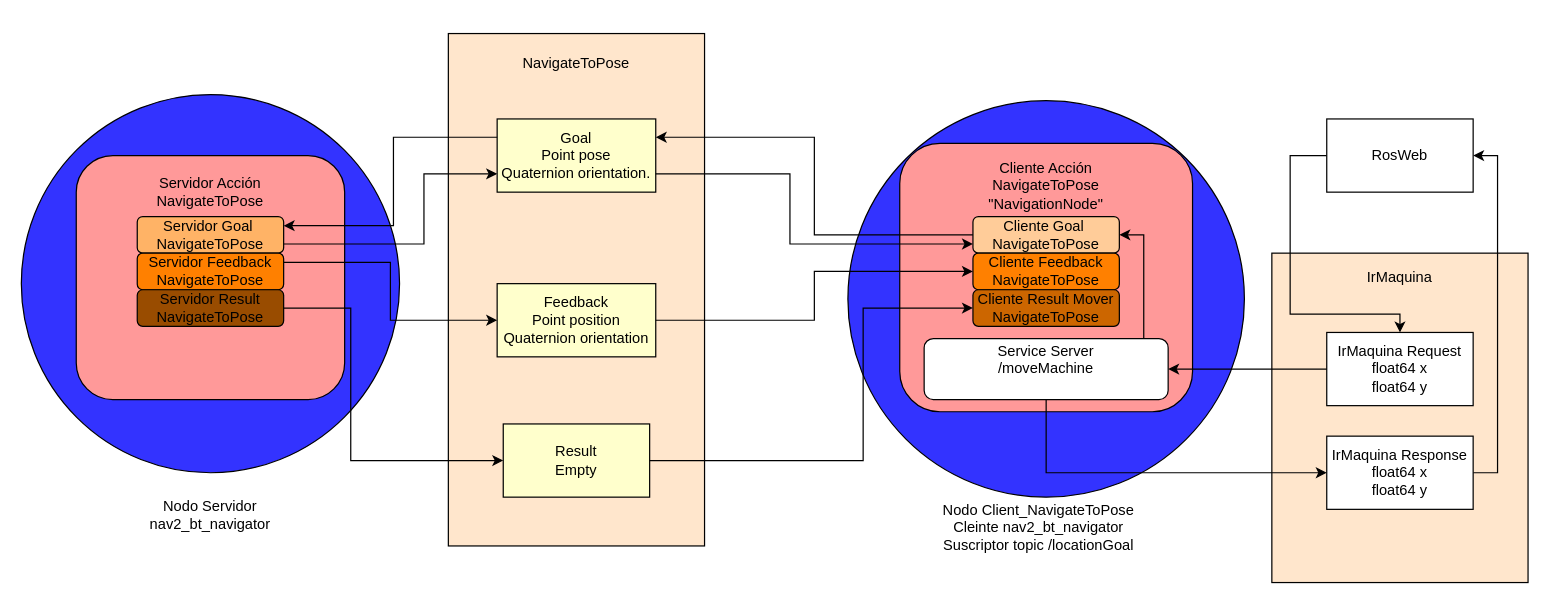
Heur-a/gymbrot keeps this draw.io diagram as doc/diagramas_bloque/NavegacionPuntoSprint1/Sprint_1_movement.drawio. Above is the earlier version. Source tidied: cells renumbered, new cells numbered last; positions are measured from the earlier drawing's top-left corner, leaving out a move shared by most shapes. Both pictures are drawn from the tidied source at 122%, with x=0, y=0 at pixel (21, 33).
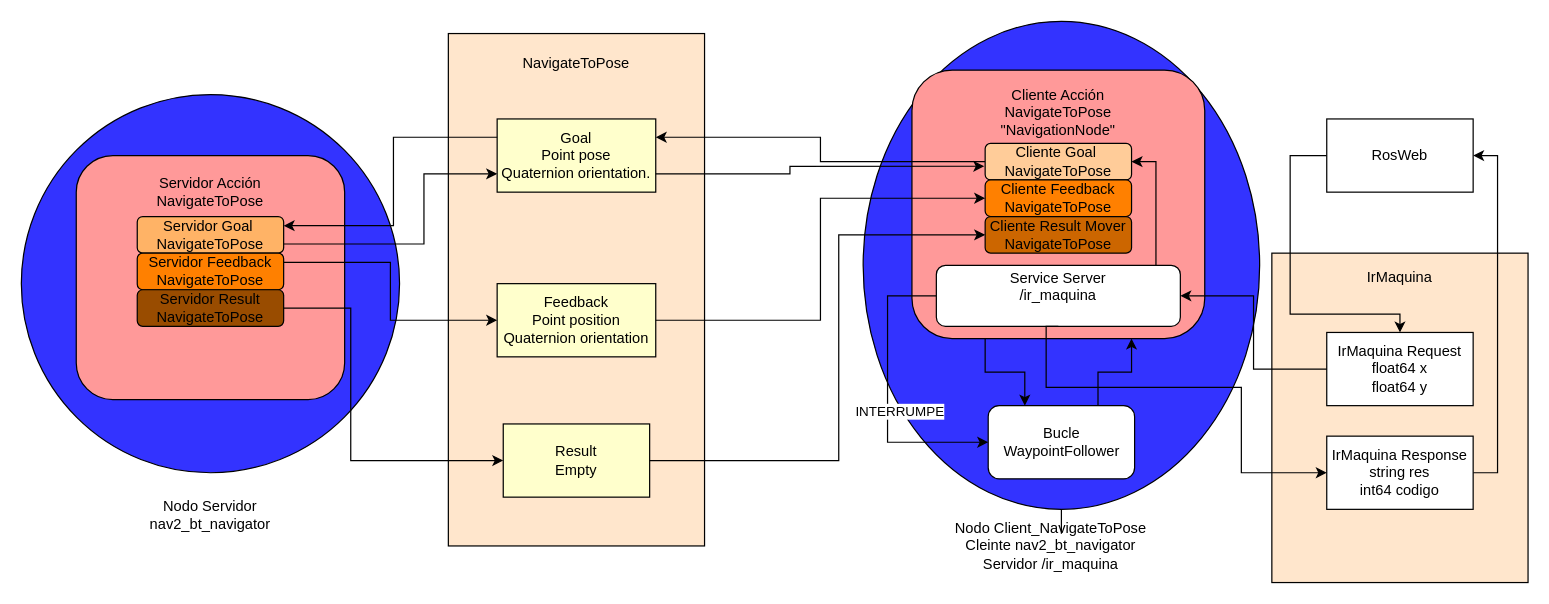
After the change.

Unchanged cells that the change refers to:
```xml
<mxCell id="7" value="&lt;div&gt;Goal&lt;/div&gt;&lt;div&gt;Point pose&lt;/div&gt;&lt;div&gt;Quaternion orientation.&lt;/div&gt;" style="rounded=0;whiteSpace=wrap;html=1;fillColor=#FFFFCC;" parent="1" vertex="1">
  <mxGeometry x="390" y="70" width="130" height="60" as="geometry" />
</mxCell>
<mxCell id="9" value="&lt;div&gt;Result &lt;br&gt;&lt;/div&gt;&lt;div&gt;Empty&lt;/div&gt;" style="rounded=0;whiteSpace=wrap;html=1;fillColor=#FFFFCC;" parent="1" vertex="1">
  <mxGeometry x="395" y="320" width="120" height="60" as="geometry" />
</mxCell>
```

The edit, as a diff of the source:
```diff
@@
+    <mxCell id="41" style="edgeStyle=orthogonalEdgeStyle;rounded=0;jettySize=auto;html=1;" parent="1" edge="1" source="3">
+      <mxGeometry relative="1" as="geometry">
+        <mxPoint x="852.5" y="370" as="targetPoint" />
+      </mxGeometry>
+    </mxCell>
     <mxCell id="3" style="ellipse;whiteSpace=wrap;html=1;fillColor=#3333FF;" parent="1" vertex="1">
-      <mxGeometry x="677.5" y="55" width="325" height="325" as="geometry" />
+      <mxGeometry x="690" y="-10" width="325" height="400" as="geometry" />
     </mxCell>
@@
-    <mxCell id="5" value="&lt;div&gt;Nodo Client_NavigateToPose&lt;/div&gt;&lt;div&gt;Cleinte nav2_bt_navigator&lt;/div&gt;&lt;div&gt;Suscriptor topic /locationGoal&lt;/div&gt;" style="text;html=1;align=center;verticalAlign=middle;whiteSpace=wrap;rounded=0;" parent="1" vertex="1">
-      <mxGeometry x="740" y="390" width="187.5" height="30" as="geometry" />
+    <mxCell id="5" value="&lt;div&gt;Nodo Client_NavigateToPose&lt;/div&gt;&lt;div&gt;Cleinte nav2_bt_navigator&lt;/div&gt;&lt;div&gt;Servidor /ir_maquina&lt;/div&gt;" style="text;html=1;align=center;verticalAlign=middle;whiteSpace=wrap;rounded=0;" parent="1" vertex="1">
+      <mxGeometry x="750" y="405" width="187.5" height="30" as="geometry" />
     </mxCell>
@@
+    <mxCell id="42" style="edgeStyle=orthogonalEdgeStyle;rounded=0;jettySize=auto;html=1;exitX=0.25;exitY=1;exitDx=0;exitDy=0;entryX=0.25;entryY=0;entryDx=0;entryDy=0;" parent="1" edge="1" source="12" target="45">
+      <mxGeometry relative="1" as="geometry" />
+    </mxCell>
     <mxCell id="12" style="rounded=1;whiteSpace=wrap;html=1;fillColor=#FF9999;" parent="1" vertex="1">
-      <mxGeometry x="720" y="90" width="240" height="220" as="geometry" />
+      <mxGeometry x="730" y="30" width="240" height="220" as="geometry" />
     </mxCell>
     <mxCell id="13" value="&lt;div&gt;Cliente Acción&lt;/div&gt;&lt;div&gt;NavigateToPose&lt;/div&gt;&lt;div&gt;&quot;NavigationNode&quot;&lt;/div&gt;" style="text;html=1;align=center;verticalAlign=middle;whiteSpace=wrap;rounded=0;" parent="1" vertex="1">
-      <mxGeometry x="805" y="110" width="70" height="30" as="geometry" />
+      <mxGeometry x="815" y="50" width="70" height="30" as="geometry" />
     </mxCell>
@@
     <mxCell id="21" value="&lt;div&gt;Cliente Goal&amp;nbsp;&lt;/div&gt;&lt;div&gt;NavigateToPose&lt;/div&gt;" style="rounded=1;whiteSpace=wrap;html=1;fillColor=#FFCC99;" parent="1" vertex="1">
-      <mxGeometry x="780" y="150" width="120" height="30" as="geometry" />
+      <mxGeometry x="790" y="90" width="120" height="30" as="geometry" />
     </mxCell>
     <mxCell id="22" value="Cliente Feedback NavigateToPose" style="rounded=1;whiteSpace=wrap;html=1;fillColor=#FF8000;" parent="1" vertex="1">
-      <mxGeometry x="780" y="180" width="120" height="30" as="geometry" />
+      <mxGeometry x="790" y="120" width="120" height="30" as="geometry" />
     </mxCell>
     <mxCell id="23" value="Cliente Result Mover NavigateToPose" style="rounded=1;whiteSpace=wrap;html=1;fillColor=#CC6600;" parent="1" vertex="1">
-      <mxGeometry x="780" y="210" width="120" height="30" as="geometry" />
+      <mxGeometry x="790" y="150" width="120" height="30" as="geometry" />
     </mxCell>
@@
-    <mxCell id="25" style="edgeStyle=orthogonalEdgeStyle;rounded=0;jettySize=auto;html=1;exitX=1;exitY=0.75;exitDx=0;exitDy=0;entryX=0;entryY=0.75;entryDx=0;entryDy=0;" parent="1" edge="1" source="7" target="21">
+    <mxCell id="25" style="edgeStyle=orthogonalEdgeStyle;rounded=0;jettySize=auto;html=1;exitX=1;exitY=0.75;exitDx=0;exitDy=0;entryX=-0.006;entryY=0.626;entryDx=0;entryDy=0;entryPerimeter=0;" parent="1" edge="1" source="7" target="21">
       <mxGeometry relative="1" as="geometry">
         <Array as="points">
           <mxPoint x="630" y="115" />
-          <mxPoint x="630" y="173" />
+          <mxPoint x="630" y="109" />
         </Array>
       </mxGeometry>
     </mxCell>
@@
     <mxCell id="27" style="edgeStyle=orthogonalEdgeStyle;rounded=0;jettySize=auto;html=1;exitX=1;exitY=0.5;exitDx=0;exitDy=0;entryX=0;entryY=0.5;entryDx=0;entryDy=0;" parent="1" edge="1" source="9" target="23">
       <mxGeometry relative="1" as="geometry">
         <Array as="points">
-          <mxPoint x="690" y="350" />
-          <mxPoint x="690" y="225" />
+          <mxPoint x="670" y="350" />
+          <mxPoint x="670" y="165" />
         </Array>
       </mxGeometry>
     </mxCell>
     <mxCell id="28" style="edgeStyle=orthogonalEdgeStyle;rounded=0;jettySize=auto;html=1;entryX=1;entryY=0.5;entryDx=0;entryDy=0;" parent="1" edge="1" source="29" target="21">
       <mxGeometry relative="1" as="geometry">
         <Array as="points">
-          <mxPoint x="920" y="165" />
+          <mxPoint x="930" y="105" />
         </Array>
       </mxGeometry>
     </mxCell>
+    <mxCell id="43" value="INTERRUMPE" style="edgeStyle=orthogonalEdgeStyle;rounded=0;jettySize=auto;html=1;exitX=0;exitY=0.5;exitDx=0;exitDy=0;entryX=0;entryY=0.5;entryDx=0;entryDy=0;" parent="1" edge="1" source="29" target="45">
+      <mxGeometry x="0.11" y="10" relative="1" as="geometry">
+        <Array as="points">
+          <mxPoint x="710" y="215" />
+          <mxPoint x="710" y="335" />
+        </Array>
+      </mxGeometry>
+    </mxCell>
     <mxCell id="29" style="rounded=1;whiteSpace=wrap;html=1;" parent="1" vertex="1">
-      <mxGeometry x="740" y="250" width="200" height="50" as="geometry" />
+      <mxGeometry x="750" y="190" width="200" height="50" as="geometry" />
     </mxCell>
-    <mxCell id="30" value="&lt;div&gt;Service Server&lt;/div&gt;&lt;div&gt;/moveMachine&lt;/div&gt;&lt;div&gt;&lt;br&gt;&lt;/div&gt;" style="text;html=1;align=center;verticalAlign=middle;whiteSpace=wrap;rounded=0;" parent="1" vertex="1">
-      <mxGeometry x="765" y="260" width="150" height="30" as="geometry" />
+    <mxCell id="30" value="&lt;div&gt;Service Server&lt;/div&gt;&lt;div&gt;/ir_maquina&lt;/div&gt;&lt;div&gt;&lt;br&gt;&lt;/div&gt;" style="text;html=1;align=center;verticalAlign=middle;whiteSpace=wrap;rounded=0;" parent="1" vertex="1">
+      <mxGeometry x="775" y="200" width="150" height="30" as="geometry" />
     </mxCell>
@@
-    <mxCell id="34" value="&lt;div&gt;&lt;span style=&quot;background-color: transparent; color: light-dark(rgb(0, 0, 0), rgb(255, 255, 255));&quot;&gt;IrMaquina Response&lt;/span&gt;&lt;/div&gt;&lt;div&gt;&lt;span style=&quot;background-color: transparent; color: light-dark(rgb(0, 0, 0), rgb(255, 255, 255));&quot;&gt;float64 x&lt;/span&gt;&lt;/div&gt;&lt;div&gt;float64 y&lt;/div&gt;" style="rounded=0;whiteSpace=wrap;html=1;" parent="1" vertex="1">
+    <mxCell id="34" value="&lt;div&gt;&lt;span style=&quot;background-color: transparent; color: light-dark(rgb(0, 0, 0), rgb(255, 255, 255));&quot;&gt;IrMaquina Response&lt;/span&gt;&lt;/div&gt;&lt;div&gt;string res&lt;/div&gt;&lt;div&gt;int64 codigo&lt;/div&gt;" style="rounded=0;whiteSpace=wrap;html=1;" parent="1" vertex="1">
       <mxGeometry x="1070" y="330" width="120" height="60" as="geometry" />
     </mxCell>
@@
     <mxCell id="38" style="edgeStyle=orthogonalEdgeStyle;rounded=0;jettySize=auto;html=1;exitX=0.5;exitY=1;exitDx=0;exitDy=0;entryX=0;entryY=0.5;entryDx=0;entryDy=0;" parent="1" edge="1" source="29" target="34">
-      <mxGeometry relative="1" as="geometry" />
+      <mxGeometry relative="1" as="geometry">
+        <Array as="points">
+          <mxPoint x="840" y="240" />
+          <mxPoint x="840" y="290" />
+          <mxPoint x="1000" y="290" />
+          <mxPoint x="1000" y="360" />
+        </Array>
+      </mxGeometry>
     </mxCell>
@@
+    <mxCell id="44" style="edgeStyle=orthogonalEdgeStyle;rounded=0;jettySize=auto;html=1;exitX=0.75;exitY=0;exitDx=0;exitDy=0;entryX=0.75;entryY=1;entryDx=0;entryDy=0;" parent="1" edge="1" source="45" target="12">
+      <mxGeometry relative="1" as="geometry" />
+    </mxCell>
+    <mxCell id="45" value="Bucle WaypointFollower" style="rounded=1;whiteSpace=wrap;html=1;" parent="1" vertex="1">
+      <mxGeometry x="792.5" y="305" width="120" height="60" as="geometry" />
+    </mxCell>
```
